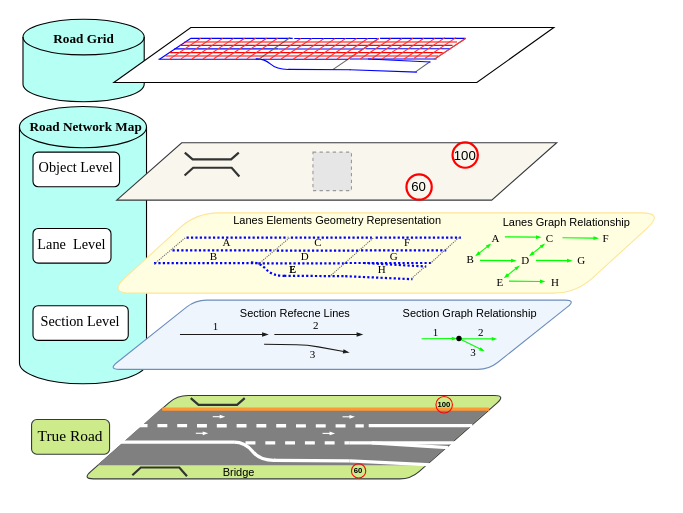
Above: road_map.drawio in LimingGao/draw_io (draw.io), before the change. Source tidied: cells renumbered, new cells numbered last; positions are measured from the earlier drawing's top-left corner, leaving out a move shared by most shapes. Both pictures are drawn from the tidied source at 110%, with x=0, y=0 at pixel (19, 19). Pictures stored in the file or linked from it are replaced by grey dashed boxes.
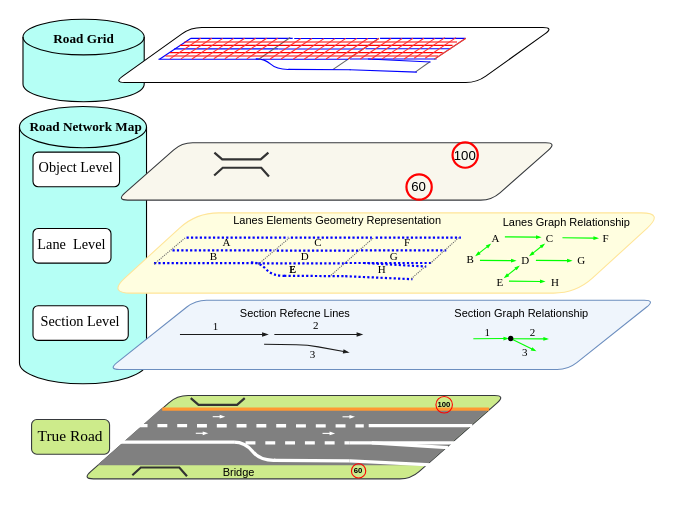
After the change.

Change to the diagram source:
```diff
@@
-    <mxCell id="4" style="shape=parallelogram;perimeter=parallelogramPerimeter;whiteSpace=wrap;fixedSize=1;fillColor=#f9f7ed;fontFamily=Times New Roman;size=59.093999999999994;labelBorderColor=none;strokeColor=#36393d;" parent="1" vertex="1">
+    <mxCell id="4" style="shape=parallelogram;perimeter=parallelogramPerimeter;whiteSpace=wrap;fixedSize=1;fillColor=#f9f7ed;fontFamily=Times New Roman;size=59.093999999999994;labelBorderColor=none;strokeColor=#36393d;rounded=1;" parent="1" vertex="1">
       <mxGeometry x="88.6" y="112.3" width="400" height="52.1" as="geometry" />
     </mxCell>
@@
-    <mxCell id="8" style="shape=parallelogram;perimeter=parallelogramPerimeter;whiteSpace=wrap;fixedSize=1;fontFamily=Times New Roman;size=70.00000000000023;labelBorderColor=none;fillColor=#FFFFFF;" parent="1" vertex="1">
+    <mxCell id="8" style="shape=parallelogram;perimeter=parallelogramPerimeter;whiteSpace=wrap;fixedSize=1;fontFamily=Times New Roman;size=70.00000000000023;labelBorderColor=none;fillColor=#FFFFFF;rounded=1;" parent="1" vertex="1">
       <mxGeometry x="86" y="7.5" width="400" height="50" as="geometry" />
     </mxCell>
@@
-    <mxCell id="13" style="fillColor=#E6E6E6;strokeColor=#999999;dashed=1;verticalLabelPosition=bottom;labelBackgroundColor=#ffffff;verticalAlign=top;" parent="1" vertex="1">
-      <mxGeometry x="267" y="120.8" width="35" height="35" as="geometry" />
-    </mxCell>
@@
     <mxCell id="60" style="shape=parallelogram;perimeter=parallelogramPerimeter;whiteSpace=wrap;fixedSize=1;fontFamily=Times New Roman;size=79.17800000000003;labelBorderColor=none;strokeColor=#6c8ebf;fillColor=#EFF5FC;rounded=1;" parent="1" vertex="1">
-      <mxGeometry x="81" y="255.3" width="425.2" height="63" as="geometry" />
+      <mxGeometry x="81" y="255.4" width="497.2" height="63" as="geometry" />
     </mxCell>
@@
     <mxCell id="139" style="endArrow=blockThin;html=1;strokeWidth=1;fontFamily=Times New Roman;fontSize=13;fontColor=#000000;strokeColor=#00FF00;endFill=1;jumpSize=4;endSize=2;startArrow=none;startFill=0;entryX=0;entryY=0.5;entryDx=0;entryDy=0;" parent="1" edge="1" target="149">
       <mxGeometry relative="1" as="geometry">
-        <mxPoint x="365.8" y="290.4" as="sourcePoint" />
+        <mxPoint x="412.8" y="290.4" as="sourcePoint" />
       </mxGeometry>
     </mxCell>
     <mxCell id="140" style="endArrow=blockThin;html=1;strokeWidth=1;fontFamily=Times New Roman;fontSize=13;fontColor=#000000;strokeColor=#00FF00;exitX=1;exitY=0.5;exitDx=0;exitDy=0;entryX=0;entryY=0.5;entryDx=0;entryDy=0;endFill=1;jumpSize=4;endSize=2;startArrow=none;startFill=0;" parent="1" edge="1">
       <mxGeometry relative="1" as="geometry">
-        <mxPoint x="401.2" y="290.4" as="sourcePoint" />
-        <mxPoint x="434.1" y="290.6" as="targetPoint" />
+        <mxPoint x="448.2" y="290.4" as="sourcePoint" />
+        <mxPoint x="481.1" y="290.6" as="targetPoint" />
       </mxGeometry>
     </mxCell>
     <mxCell id="141" style="endArrow=blockThin;html=1;strokeWidth=1;fontFamily=Times New Roman;fontSize=13;fontColor=#000000;strokeColor=#00FF00;endFill=1;jumpSize=4;endSize=2;startArrow=none;startFill=0;" parent="1" edge="1" source="149">
       <mxGeometry relative="1" as="geometry">
-        <mxPoint x="422.8" y="301.7" as="targetPoint" />
+        <mxPoint x="469.8" y="301.7" as="targetPoint" />
       </mxGeometry>
     </mxCell>
     <mxCell id="142" value="&lt;span style=&quot;font-family: &amp;#34;times new roman&amp;#34; ; font-size: 10px ; font-style: normal ; font-weight: 400 ; letter-spacing: normal ; text-indent: 0px ; text-transform: none ; word-spacing: 0px ; display: inline ; float: none&quot;&gt;1&lt;/span&gt;" style="text;whiteSpace=wrap;html=1;fontSize=13;fontFamily=Times New Roman;align=center;verticalAlign=middle;labelBackgroundColor=none;" parent="1" vertex="1">
-      <mxGeometry x="370.5" y="278.1" width="16.3" height="10.2" as="geometry" />
+      <mxGeometry x="417.5" y="278.1" width="16.3" height="10.2" as="geometry" />
     </mxCell>
     <mxCell id="143" value="&lt;span style=&quot;font-family: &amp;#34;times new roman&amp;#34; ; font-size: 10px ; font-style: normal ; font-weight: 400 ; letter-spacing: normal ; text-indent: 0px ; text-transform: none ; word-spacing: 0px ; display: inline ; float: none&quot;&gt;2&lt;/span&gt;" style="text;whiteSpace=wrap;html=1;fontSize=13;fontFamily=Times New Roman;align=center;verticalAlign=middle;labelBackgroundColor=none;" parent="1" vertex="1">
-      <mxGeometry x="411.6" y="278.1" width="16.3" height="10.2" as="geometry" />
+      <mxGeometry x="458.6" y="278.1" width="16.3" height="10.2" as="geometry" />
     </mxCell>
     <mxCell id="144" value="&lt;span style=&quot;font-family: &amp;#34;times new roman&amp;#34; ; font-size: 10px ; font-style: normal ; font-weight: 400 ; letter-spacing: normal ; text-indent: 0px ; text-transform: none ; word-spacing: 0px ; display: inline ; float: none&quot;&gt;3&lt;/span&gt;" style="text;whiteSpace=wrap;html=1;fontSize=13;fontFamily=Times New Roman;align=center;verticalAlign=middle;labelBackgroundColor=none;" parent="1" vertex="1">
-      <mxGeometry x="405.4" y="297.3" width="16.3" height="10.2" as="geometry" />
+      <mxGeometry x="452.4" y="297.3" width="16.3" height="10.2" as="geometry" />
     </mxCell>
     <mxCell id="145" style="group;" parent="1" vertex="1">
-      <mxGeometry x="157.6" y="127.3" width="35.5" height="7.7" as="geometry" />
+      <mxGeometry x="184.5" y="127.3" width="35.5" height="7.7" as="geometry" />
     </mxCell>
@@
     <mxCell id="149" style="ellipse;whiteSpace=wrap;html=1;rounded=0;shadow=0;labelBackgroundColor=none;sketch=0;strokeColor=#000000;strokeWidth=1;gradientColor=none;fontFamily=Times New Roman;fontSize=13;fontColor=#000000;align=center;fillColor=#0000000000000000000;" parent="1" vertex="1">
-      <mxGeometry x="397.8" y="288.3" width="3.9" height="3.9" as="geometry" />
+      <mxGeometry x="444.8" y="288.3" width="3.9" height="3.9" as="geometry" />
     </mxCell>
@@
     <mxCell id="151" value="Section Graph Relationship" style="text;whiteSpace=wrap;fontSize=10;" parent="1" vertex="1">
-      <mxGeometry x="347.1" y="254.5" width="140.3" height="23.6" as="geometry" />
+      <mxGeometry x="394.1" y="254.5" width="140.3" height="23.6" as="geometry" />
     </mxCell>
```
